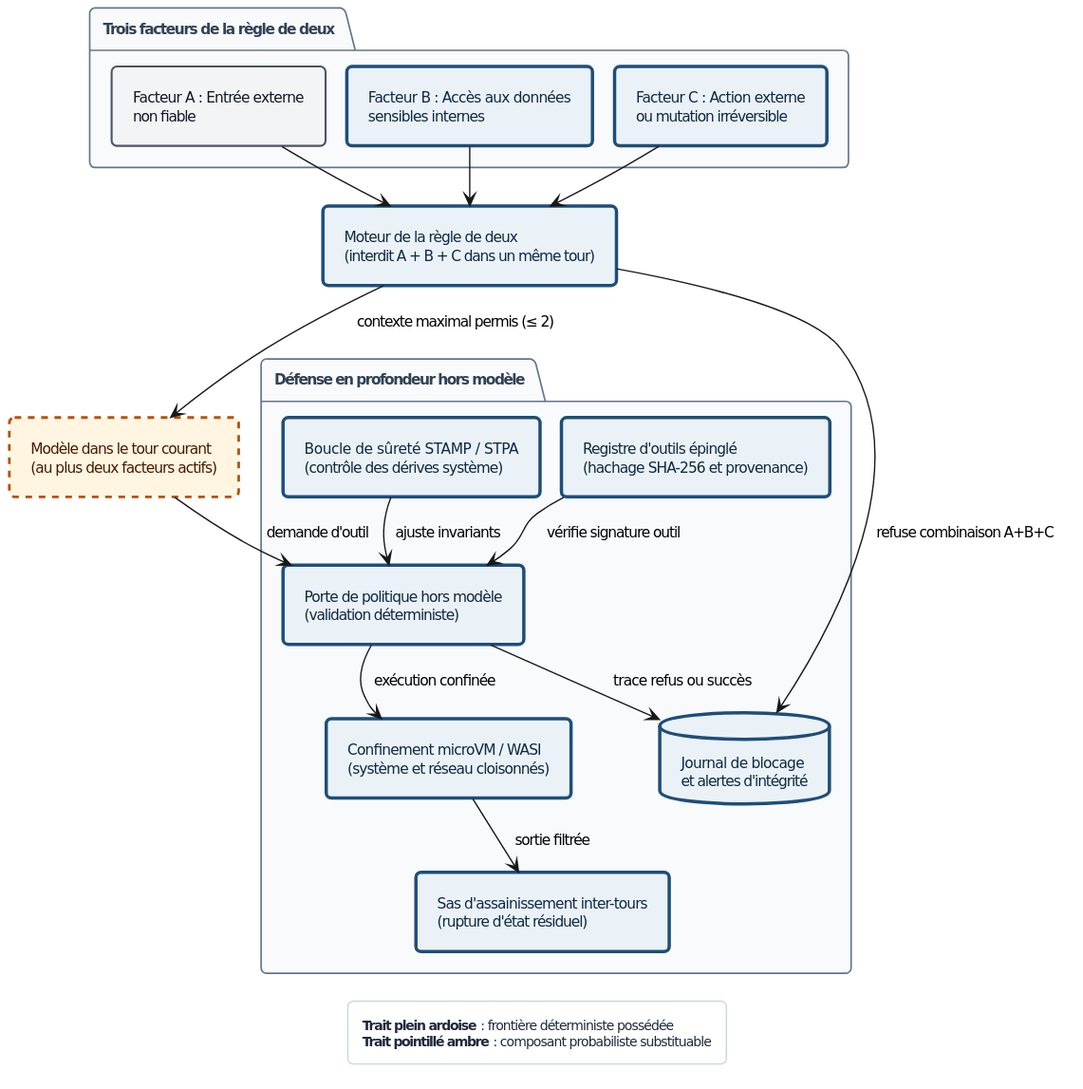
Before: 7 - Livre 2027/diagrammes/rendus/Fig-16.svg, a diagram exported from PlantUML (agbruneau/Agentique). Its diagram source:
```plantuml
@startuml
<style>
document {
  BackgroundColor #FFFFFF
}
.det {
  BackgroundColor #EBF2F7
  LineColor #1E4E79
  LineThickness 2.5
  FontColor #0F2942
}
.prob {
  BackgroundColor #FFF5E0
  LineColor #B45309
  LineThickness 2.0
  LineStyle 5
  FontColor #451A03
}
.ext {
  BackgroundColor #F3F4F6
  LineColor #4B5563
  LineThickness 1.5
  FontColor #111827
}
package {
  BackgroundColor #F8FAFC
  LineColor #64748B
  LineThickness 1.2
  FontColor #334155
}
legend {
  BackgroundColor #FFFFFF
  LineColor #CBD5E1
  FontColor #1E293B
  FontSize 10
}
</style>
hide stereotype
top to bottom direction
skinparam defaultFontName "DejaVu Sans"
skinparam defaultFontSize 11
skinparam shadowing false
skinparam roundcorner 8
skinparam nodesep 16
skinparam ranksep 24
skinparam padding 6

package "Trois facteurs de la règle de deux" {
  rectangle "Facteur A : Entrée externe\nnon fiable" as FA <<ext>>
  rectangle "Facteur B : Accès aux données\nsensibles internes" as FB <<det>>
  rectangle "Facteur C : Action externe\nou mutation irréversible" as FC <<det>>
}

rectangle "Moteur de la règle de deux\n(interdit A + B + C dans un même tour)" as R2 <<det>>
rectangle "Modèle dans le tour courant\n(au plus deux facteurs actifs)" as LLM <<prob>>

package "Défense en profondeur hors modèle" {
  rectangle "Registre d'outils épinglé\n(hachage SHA-256 et provenance)" as REG <<det>>
  rectangle "Sas d'assainissement inter-tours\n(rupture d'état résiduel)" as SAS <<det>>
  rectangle "Porte de politique hors modèle\n(validation déterministe)" as GATE <<det>>
  rectangle "Confinement microVM / WASI\n(système et réseau cloisonnés)" as VM <<det>>
  rectangle "Boucle de sûreté STAMP / STPA\n(contrôle des dérives système)" as STAMP <<det>>
  database "Journal de blocage\net alertes d'intégrité" as LOG <<det>>
}

FA --> R2
FB --> R2
FC --> R2
R2 --> LLM : contexte maximal permis (≤ 2)
R2 --> LOG : refuse combinaison A+B+C
LLM --> GATE : demande d'outil
REG --> GATE : vérifie signature outil
GATE --> VM : exécution confinée
VM --> SAS : sortie filtrée
STAMP --> GATE : ajuste invariants
GATE --> LOG : trace refus ou succès

FA -[hidden]right-> FB
FB -[hidden]right-> FC
REG -[hidden]right-> SAS

legend bottom
  **Trait plein ardoise** : frontière déterministe possédée
  **Trait pointillé ambre** : composant probabiliste substituable
end legend
@enduml
```
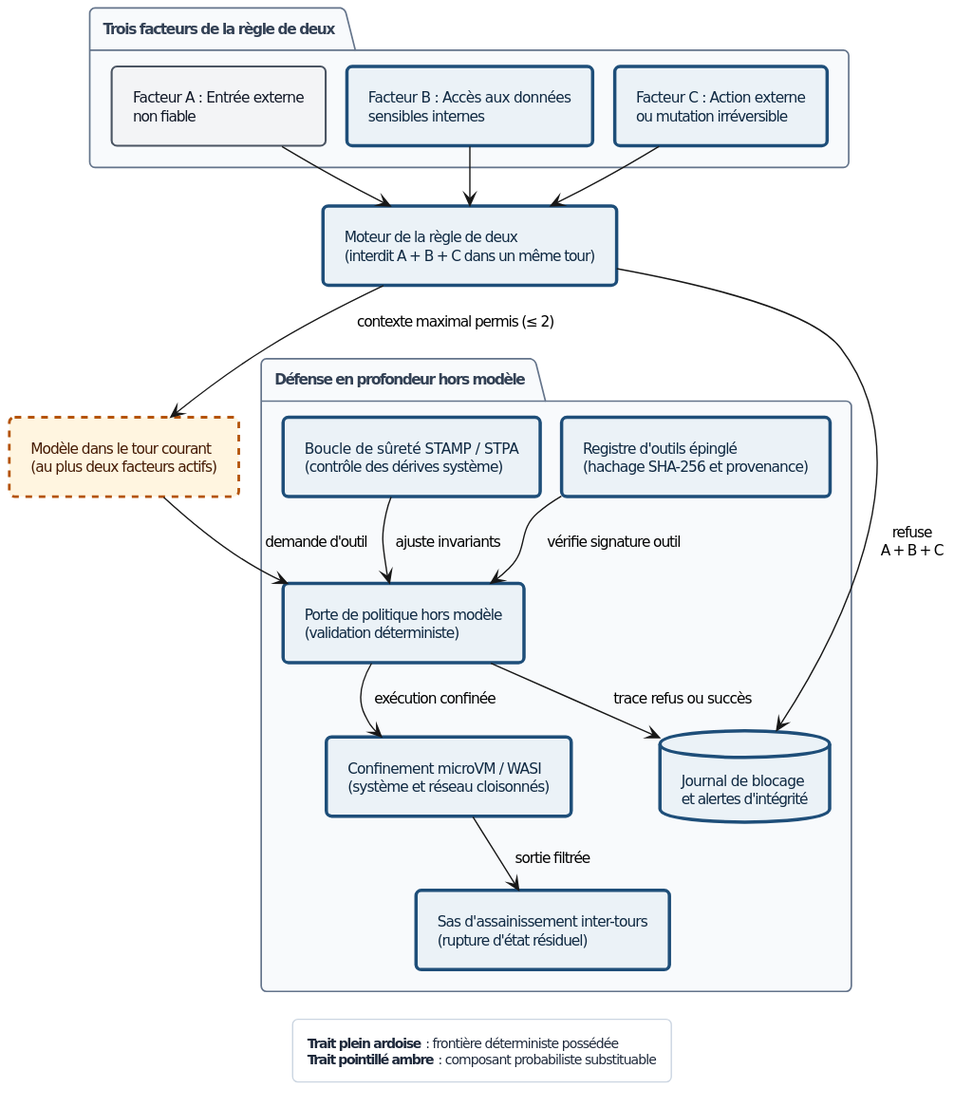
The same diagram one commit later.

Diff of the diagram source:
```diff
@@ -67,7 +67,7 @@
 FB --> R2
 FC --> R2
 R2 --> LLM : contexte maximal permis (≤ 2)
-R2 --> LOG : refuse combinaison A+B+C
+R2 --> LOG : refuse\nA + B + C
 LLM --> GATE : demande d'outil
 REG --> GATE : vérifie signature outil
 GATE --> VM : exécution confinée
```
